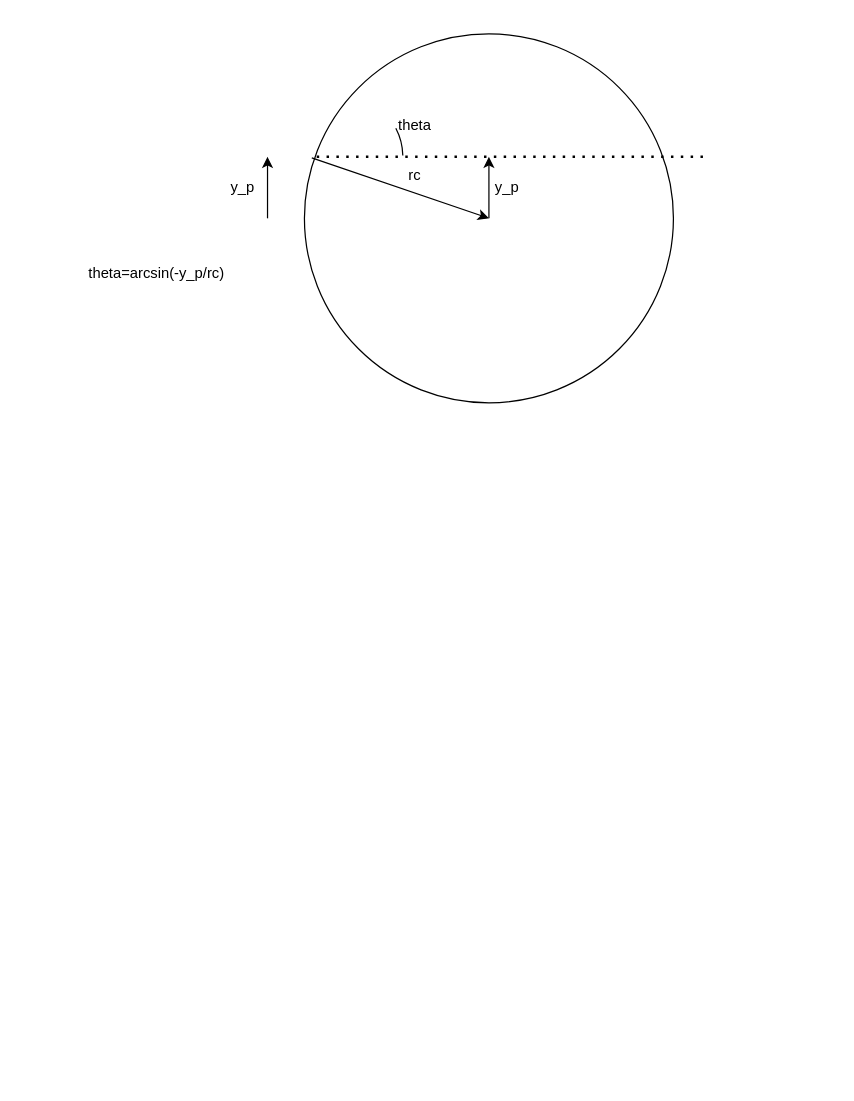
Before: Tasks/ODN-44/ODN-44.drawio in shanedidona/opticsdotnet, a draw.io diagram. Source tidied: cells renumbered, new cells numbered last; positions are measured from the earlier drawing's top-left corner, leaving out a move shared by most shapes. Both pictures are drawn from the tidied source at 123%, with x=0, y=0 at pixel (82, 33).
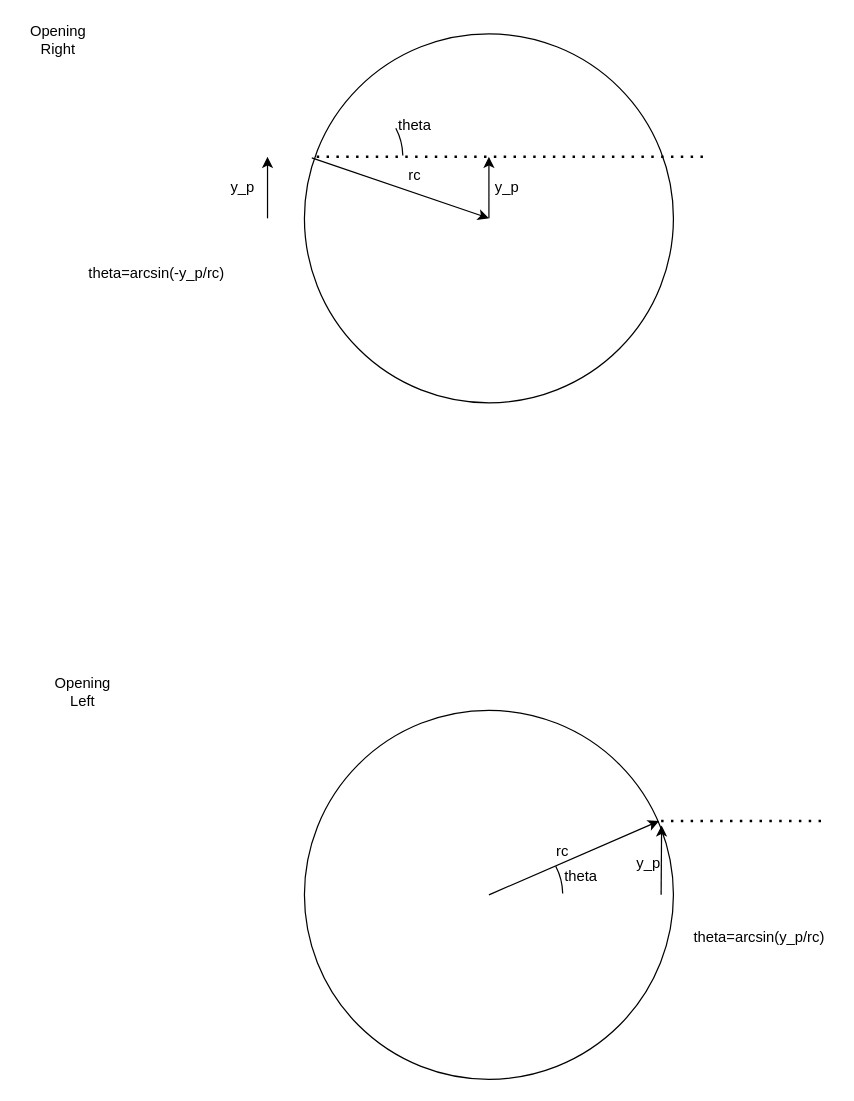
The same page after the edit.

Commit message:
[ODN-44] update drawing

The edit, as a diff of the source:
```diff
@@
+    <mxCell id="13" style="ellipse;whiteSpace=wrap;html=1;fillColor=none;" parent="1" vertex="1">
+      <mxGeometry x="180" y="550" width="300" height="300" as="geometry" />
+    </mxCell>
+    <mxCell id="14" style="endArrow=classic;html=1;rounded=0;exitX=0.5;exitY=0.5;exitDx=0;exitDy=0;exitPerimeter=0;entryX=0.961;entryY=0.3;entryDx=0;entryDy=0;entryPerimeter=0;" parent="1" edge="1" source="13" target="13">
+      <mxGeometry relative="1" as="geometry" />
+    </mxCell>
+    <mxCell id="15" style="endArrow=none;dashed=1;html=1;dashPattern=1 3;strokeWidth=2;rounded=0;" parent="1" edge="1">
+      <mxGeometry relative="1" as="geometry">
+        <mxPoint x="470" y="640" as="sourcePoint" />
+        <mxPoint x="600" y="640" as="targetPoint" />
+      </mxGeometry>
+    </mxCell>
+    <mxCell id="16" style="endArrow=classic;html=1;rounded=0;entryX=0.968;entryY=0.312;entryDx=0;entryDy=0;entryPerimeter=0;" parent="1" edge="1" target="13">
+      <mxGeometry relative="1" as="geometry">
+        <mxPoint x="470" y="700" as="sourcePoint" />
+      </mxGeometry>
+    </mxCell>
+    <mxCell id="17" value="y_p" style="text;html=1;align=center;verticalAlign=middle;whiteSpace=wrap;rounded=0;" parent="1" vertex="1">
+      <mxGeometry x="430" y="660" width="60" height="30" as="geometry" />
+    </mxCell>
+    <mxCell id="18" value="rc" style="text;html=1;align=center;verticalAlign=middle;whiteSpace=wrap;rounded=0;" parent="1" vertex="1">
+      <mxGeometry x="360" y="650" width="60" height="30" as="geometry" />
+    </mxCell>
+    <mxCell id="19" value="theta=arcsin(y_p/rc)" style="text;html=1;align=center;verticalAlign=middle;whiteSpace=wrap;rounded=0;" parent="1" vertex="1">
+      <mxGeometry x="490" y="720" width="120" height="30" as="geometry" />
+    </mxCell>
+    <mxCell id="20" style="verticalLabelPosition=bottom;verticalAlign=top;html=1;shape=mxgraph.basic.arc;startAngle=0.173340844809323;endAngle=0.24675239075581276;shadow=0;" parent="1" vertex="1">
+      <mxGeometry x="290" y="650" width="100" height="100" as="geometry" />
+    </mxCell>
+    <mxCell id="21" value="theta" style="text;html=1;align=center;verticalAlign=middle;whiteSpace=wrap;rounded=0;" parent="1" vertex="1">
+      <mxGeometry x="375" y="670" width="60" height="30" as="geometry" />
+    </mxCell>
+    <mxCell id="22" value="Opening Right" style="text;html=1;align=center;verticalAlign=middle;whiteSpace=wrap;rounded=0;" parent="1" vertex="1">
+      <mxGeometry x="-50" y="-10" width="60" height="30" as="geometry" />
+    </mxCell>
+    <mxCell id="23" value="Opening Left" style="text;html=1;align=center;verticalAlign=middle;whiteSpace=wrap;rounded=0;" parent="1" vertex="1">
+      <mxGeometry x="-30" y="520" width="60" height="30" as="geometry" />
+    </mxCell>
```
